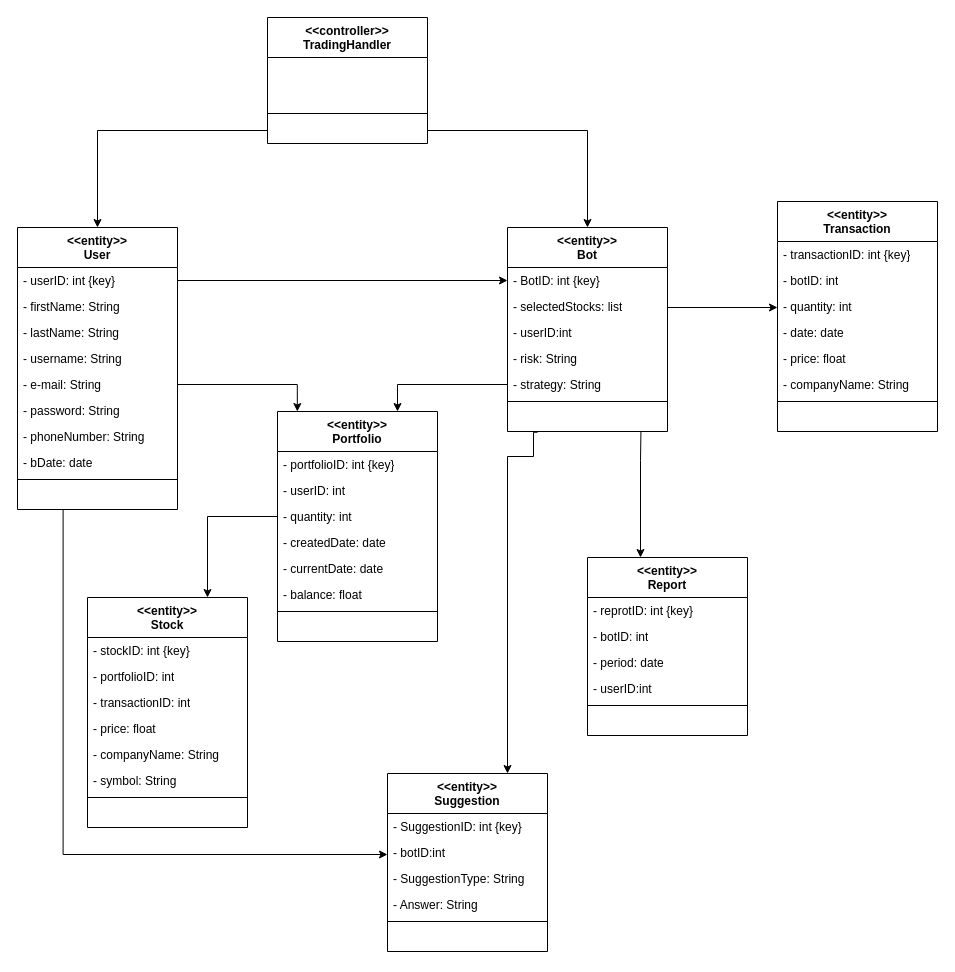
This is Diagrams/FIRST_CUT_CLASS DIAGRAM.drawio from Abdulmohsen23/IS498, a draw.io file, before an edit. Source tidied: cells renumbered, new cells numbered last; positions are measured from the earlier drawing's top-left corner, leaving out a move shared by most shapes. Both pictures are drawn from the tidied source at 100%, with x=0, y=0 at pixel (17, 17).
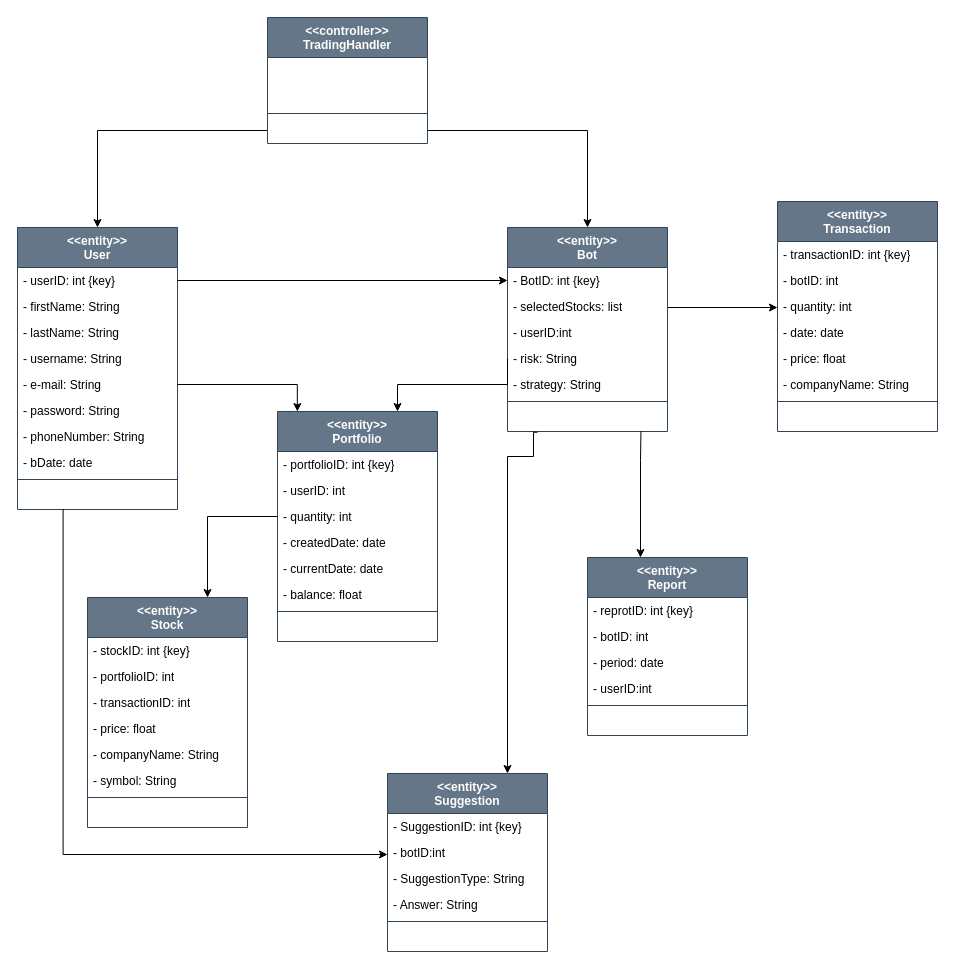
The same diagram, later.

Change to the diagram source:
```diff
@@
-    <mxCell id="2" value="&lt;div&gt;&amp;lt;&amp;lt;entity&amp;gt;&amp;gt;&lt;/div&gt;&lt;div&gt;User&lt;br&gt;&lt;/div&gt;" style="swimlane;fontStyle=1;align=center;verticalAlign=top;horizontal=1;startSize=40;whiteSpace=wrap;html=1;" parent="1" vertex="1">
+    <mxCell id="2" value="&lt;div&gt;&amp;lt;&amp;lt;entity&amp;gt;&amp;gt;&lt;/div&gt;&lt;div&gt;User&lt;br&gt;&lt;/div&gt;" style="swimlane;fontStyle=1;align=center;verticalAlign=top;horizontal=1;startSize=40;whiteSpace=wrap;html=1;fillColor=#647687;fontColor=#ffffff;strokeColor=#314354;" parent="1" vertex="1">
       <mxGeometry y="210" width="160" height="282" as="geometry" />
     </mxCell>
@@
-    <mxCell id="13" value="&lt;div&gt;&amp;lt;&amp;lt;entity&amp;gt;&amp;gt;&lt;/div&gt;&lt;div&gt;Portfolio&lt;br&gt;&lt;/div&gt;" style="swimlane;fontStyle=1;align=center;verticalAlign=top;horizontal=1;startSize=40;whiteSpace=wrap;html=1;" parent="1" vertex="1">
+    <mxCell id="13" value="&lt;div&gt;&amp;lt;&amp;lt;entity&amp;gt;&amp;gt;&lt;/div&gt;&lt;div&gt;Portfolio&lt;br&gt;&lt;/div&gt;" style="swimlane;fontStyle=1;align=center;verticalAlign=top;horizontal=1;startSize=40;whiteSpace=wrap;html=1;fillColor=#647687;fontColor=#ffffff;strokeColor=#314354;" parent="1" vertex="1">
       <mxGeometry x="260" y="394" width="160" height="230" as="geometry" />
     </mxCell>
@@
-    <mxCell id="23" value="&lt;div&gt;&amp;lt;&amp;lt;controller&amp;gt;&amp;gt;&lt;/div&gt;&lt;div&gt;TradingHandler&lt;br&gt;&lt;/div&gt;" style="swimlane;fontStyle=1;align=center;verticalAlign=top;horizontal=1;startSize=40;whiteSpace=wrap;html=1;" parent="1" vertex="1">
+    <mxCell id="23" value="&lt;div&gt;&amp;lt;&amp;lt;controller&amp;gt;&amp;gt;&lt;/div&gt;&lt;div&gt;TradingHandler&lt;br&gt;&lt;/div&gt;" style="swimlane;fontStyle=1;align=center;verticalAlign=top;horizontal=1;startSize=40;whiteSpace=wrap;html=1;fillColor=#647687;fontColor=#ffffff;strokeColor=#314354;" parent="1" vertex="1">
       <mxGeometry x="250" width="160" height="126" as="geometry" />
     </mxCell>
@@
-    <mxCell id="29" value="&lt;div&gt;&amp;lt;&amp;lt;entity&amp;gt;&amp;gt;&lt;/div&gt;&lt;div&gt;Stock&lt;br&gt;&lt;/div&gt;" style="swimlane;fontStyle=1;align=center;verticalAlign=top;horizontal=1;startSize=40;whiteSpace=wrap;html=1;" parent="1" vertex="1">
+    <mxCell id="29" value="&lt;div&gt;&amp;lt;&amp;lt;entity&amp;gt;&amp;gt;&lt;/div&gt;&lt;div&gt;Stock&lt;br&gt;&lt;/div&gt;" style="swimlane;fontStyle=1;align=center;verticalAlign=top;horizontal=1;startSize=40;whiteSpace=wrap;html=1;fillColor=#647687;fontColor=#ffffff;strokeColor=#314354;" parent="1" vertex="1">
       <mxGeometry x="70" y="580" width="160" height="230" as="geometry" />
     </mxCell>
@@
-    <mxCell id="38" value="&lt;div&gt;&amp;lt;&amp;lt;entity&amp;gt;&amp;gt;&lt;/div&gt;&lt;div&gt;Transaction&lt;br&gt;&lt;/div&gt;" style="swimlane;fontStyle=1;align=center;verticalAlign=top;horizontal=1;startSize=40;whiteSpace=wrap;html=1;" parent="1" vertex="1">
+    <mxCell id="38" value="&lt;div&gt;&amp;lt;&amp;lt;entity&amp;gt;&amp;gt;&lt;/div&gt;&lt;div&gt;Transaction&lt;br&gt;&lt;/div&gt;" style="swimlane;fontStyle=1;align=center;verticalAlign=top;horizontal=1;startSize=40;whiteSpace=wrap;html=1;fillColor=#647687;fontColor=#ffffff;strokeColor=#314354;" parent="1" vertex="1">
       <mxGeometry x="760" y="184" width="160" height="230" as="geometry" />
     </mxCell>
@@
-    <mxCell id="47" value="&lt;div&gt;&amp;lt;&amp;lt;entity&amp;gt;&amp;gt;&lt;/div&gt;&lt;div&gt;Suggestion&lt;br&gt;&lt;/div&gt;" style="swimlane;fontStyle=1;align=center;verticalAlign=top;horizontal=1;startSize=40;whiteSpace=wrap;html=1;" parent="1" vertex="1">
+    <mxCell id="47" value="&lt;div&gt;&amp;lt;&amp;lt;entity&amp;gt;&amp;gt;&lt;/div&gt;&lt;div&gt;Suggestion&lt;br&gt;&lt;/div&gt;" style="swimlane;fontStyle=1;align=center;verticalAlign=top;horizontal=1;startSize=40;whiteSpace=wrap;html=1;fillColor=#647687;fontColor=#ffffff;strokeColor=#314354;" parent="1" vertex="1">
       <mxGeometry x="370" y="756" width="160" height="178" as="geometry" />
     </mxCell>
@@
-    <mxCell id="55" value="&lt;div&gt;&amp;lt;&amp;lt;entity&amp;gt;&amp;gt;&lt;/div&gt;&lt;div&gt;Bot&lt;br&gt;&lt;/div&gt;" style="swimlane;fontStyle=1;align=center;verticalAlign=top;horizontal=1;startSize=40;whiteSpace=wrap;html=1;" parent="1" vertex="1">
+    <mxCell id="55" value="&lt;div&gt;&amp;lt;&amp;lt;entity&amp;gt;&amp;gt;&lt;/div&gt;&lt;div&gt;Bot&lt;br&gt;&lt;/div&gt;" style="swimlane;fontStyle=1;align=center;verticalAlign=top;horizontal=1;startSize=40;whiteSpace=wrap;html=1;fillColor=#647687;fontColor=#ffffff;strokeColor=#314354;" parent="1" vertex="1">
       <mxGeometry x="490" y="210" width="160" height="204" as="geometry" />
     </mxCell>
@@
-    <mxCell id="66" value="&lt;div&gt;&amp;lt;&amp;lt;entity&amp;gt;&amp;gt;&lt;/div&gt;&lt;div&gt;Report&lt;br&gt;&lt;/div&gt;" style="swimlane;fontStyle=1;align=center;verticalAlign=top;horizontal=1;startSize=40;whiteSpace=wrap;html=1;" parent="1" vertex="1">
+    <mxCell id="66" value="&lt;div&gt;&amp;lt;&amp;lt;entity&amp;gt;&amp;gt;&lt;/div&gt;&lt;div&gt;Report&lt;br&gt;&lt;/div&gt;" style="swimlane;fontStyle=1;align=center;verticalAlign=top;horizontal=1;startSize=40;whiteSpace=wrap;html=1;fillColor=#647687;fontColor=#ffffff;strokeColor=#314354;" parent="1" vertex="1">
       <mxGeometry x="570" y="540" width="160" height="178" as="geometry" />
     </mxCell>
```
